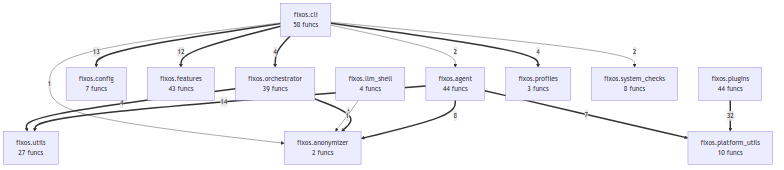
Above: project/compact_flow.png in wronai/fixos (Mermaid), before the change. Its source is kept beside it as project/compact_flow.mmd.
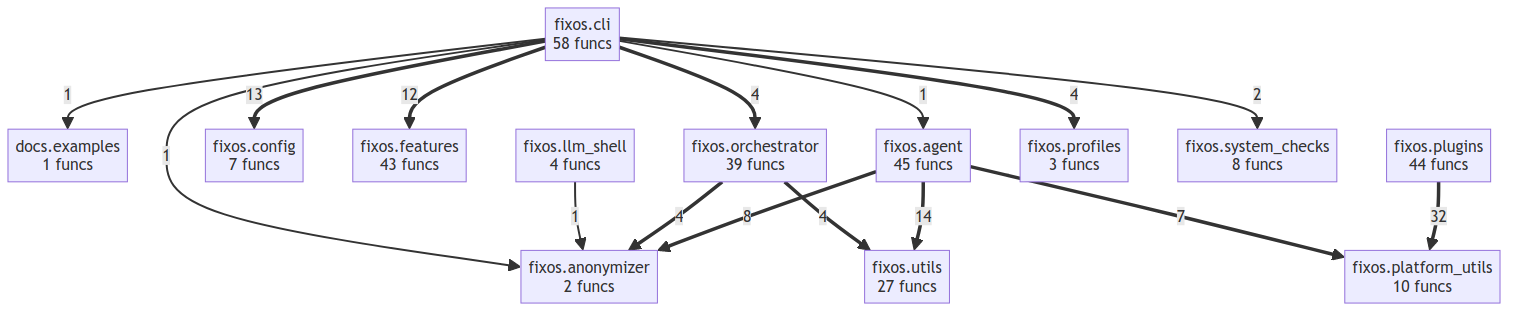
Later version of the same file.

The edit, as a diff of the source:
```diff
@@ -1,27 +1,29 @@
 flowchart TD
-    fixos_agent["fixos.agent<br/>44 funcs"]
-    fixos_anonymizer["fixos.anonymizer<br/>2 funcs"]
-    fixos_cli["fixos.cli<br/>58 funcs"]
-    fixos_config["fixos.config<br/>7 funcs"]
-    fixos_features["fixos.features<br/>43 funcs"]
-    fixos_llm_shell["fixos.llm_shell<br/>4 funcs"]
-    fixos_orchestrator["fixos.orchestrator<br/>39 funcs"]
-    fixos_platform_utils["fixos.platform_utils<br/>10 funcs"]
-    fixos_plugins["fixos.plugins<br/>44 funcs"]
-    fixos_profiles["fixos.profiles<br/>3 funcs"]
-    fixos_system_checks["fixos.system_checks<br/>8 funcs"]
-    fixos_utils["fixos.utils<br/>27 funcs"]
-    fixos_plugins ==>|32| fixos_platform_utils
-    fixos_agent ==>|14| fixos_utils
-    fixos_cli ==>|13| fixos_config
-    fixos_cli ==>|12| fixos_features
-    fixos_agent ==>|8| fixos_anonymizer
-    fixos_agent ==>|7| fixos_platform_utils
-    fixos_cli ==>|4| fixos_profiles
-    fixos_cli ==>|4| fixos_orchestrator
-    fixos_orchestrator ==>|4| fixos_anonymizer
-    fixos_orchestrator ==>|4| fixos_utils
-    fixos_cli -->|2| fixos_system_checks
-    fixos_cli -->|2| fixos_agent
-    fixos_llm_shell -->|1| fixos_anonymizer
-    fixos_cli -->|1| fixos_anonymizer
+    docs__examples["docs.examples<br/>1 funcs"]
+    fixos__agent["fixos.agent<br/>45 funcs"]
+    fixos__anonymizer["fixos.anonymizer<br/>2 funcs"]
+    fixos__cli["fixos.cli<br/>58 funcs"]
+    fixos__config["fixos.config<br/>7 funcs"]
+    fixos__features["fixos.features<br/>43 funcs"]
+    fixos__llm_shell["fixos.llm_shell<br/>4 funcs"]
+    fixos__orchestrator["fixos.orchestrator<br/>39 funcs"]
+    fixos__platform_utils["fixos.platform_utils<br/>10 funcs"]
+    fixos__plugins["fixos.plugins<br/>44 funcs"]
+    fixos__profiles["fixos.profiles<br/>3 funcs"]
+    fixos__system_checks["fixos.system_checks<br/>8 funcs"]
+    fixos__utils["fixos.utils<br/>27 funcs"]
+    fixos__plugins ==>|32| fixos__platform_utils
+    fixos__agent ==>|14| fixos__utils
+    fixos__cli ==>|13| fixos__config
+    fixos__cli ==>|12| fixos__features
+    fixos__agent ==>|8| fixos__anonymizer
+    fixos__agent ==>|7| fixos__platform_utils
+    fixos__cli ==>|4| fixos__profiles
+    fixos__cli ==>|4| fixos__orchestrator
+    fixos__orchestrator ==>|4| fixos__anonymizer
+    fixos__orchestrator ==>|4| fixos__utils
+    fixos__cli -->|2| fixos__system_checks
+    fixos__llm_shell -->|1| fixos__anonymizer
+    fixos__cli -->|1| fixos__anonymizer
+    fixos__cli -->|1| docs__examples
+    fixos__cli -->|1| fixos__agent
```
